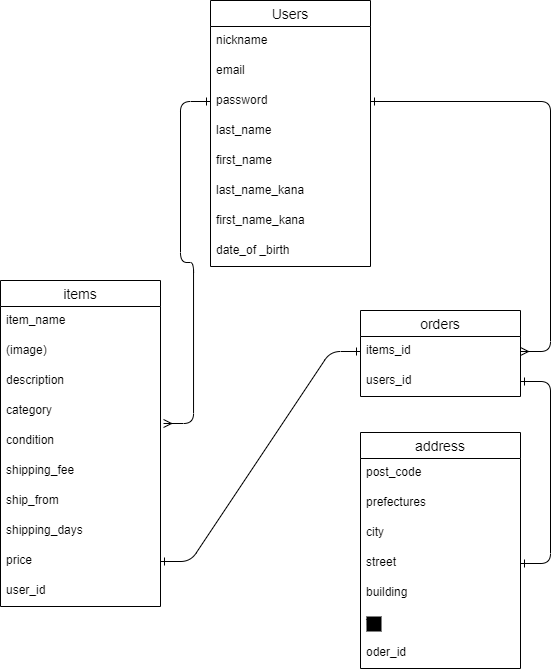
Earlier version of the draw.io export tables.png (Natsuki002Koma/furima-40056). Source tidied: cells renumbered, new cells last; positions are measured from the earlier drawing's top-left corner, leaving out a move shared by most shapes.
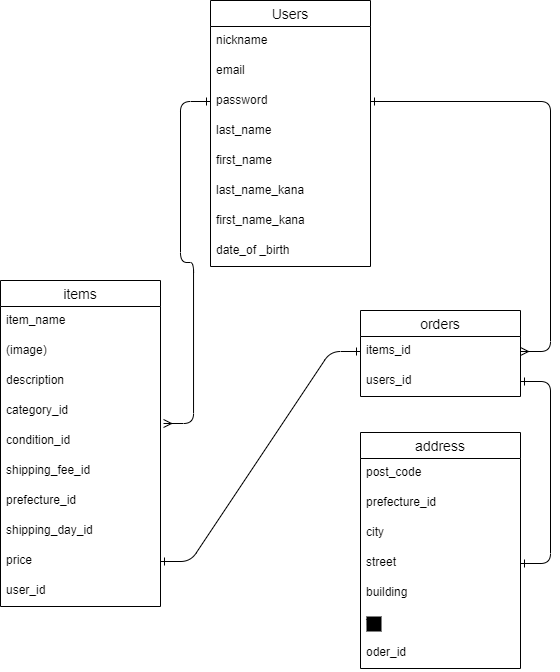
After the commit.

Change to the diagram source:
```diff
@@ -41,19 +41,19 @@
     <mxCell id="14" value="description" style="text;strokeColor=none;fillColor=none;spacingLeft=4;spacingRight=4;overflow=hidden;fontSize=12;" parent="11" vertex="1">
       <mxGeometry y="86" width="160" height="30" as="geometry" />
     </mxCell>
-    <mxCell id="15" value="category" style="text;strokeColor=none;fillColor=none;spacingLeft=4;spacingRight=4;overflow=hidden;points=[[0,0.5],[1,0.5]];portConstraint=eastwest;fontSize=12;" parent="11" vertex="1">
+    <mxCell id="15" value="category_id" style="text;strokeColor=none;fillColor=none;spacingLeft=4;spacingRight=4;overflow=hidden;points=[[0,0.5],[1,0.5]];portConstraint=eastwest;fontSize=12;" parent="11" vertex="1">
       <mxGeometry y="116" width="160" height="30" as="geometry" />
     </mxCell>
-    <mxCell id="16" value="condition" style="text;strokeColor=none;fillColor=none;spacingLeft=4;spacingRight=4;overflow=hidden;fontSize=12;" parent="11" vertex="1">
+    <mxCell id="16" value="condition_id" style="text;strokeColor=none;fillColor=none;spacingLeft=4;spacingRight=4;overflow=hidden;fontSize=12;" parent="11" vertex="1">
       <mxGeometry y="146" width="160" height="30" as="geometry" />
     </mxCell>
-    <mxCell id="17" value="shipping_fee" style="text;strokeColor=none;fillColor=none;spacingLeft=4;spacingRight=4;overflow=hidden;fontSize=12;" parent="11" vertex="1">
+    <mxCell id="17" value="shipping_fee_id" style="text;strokeColor=none;fillColor=none;spacingLeft=4;spacingRight=4;overflow=hidden;fontSize=12;" parent="11" vertex="1">
       <mxGeometry y="176" width="160" height="30" as="geometry" />
     </mxCell>
-    <mxCell id="18" value="ship_from" style="text;strokeColor=none;fillColor=none;spacingLeft=4;spacingRight=4;overflow=hidden;fontSize=12;" parent="11" vertex="1">
+    <mxCell id="18" value="prefecture_id" style="text;strokeColor=none;fillColor=none;spacingLeft=4;spacingRight=4;overflow=hidden;fontSize=12;" parent="11" vertex="1">
       <mxGeometry y="206" width="160" height="30" as="geometry" />
     </mxCell>
-    <mxCell id="19" value="shipping_days" style="text;strokeColor=none;fillColor=none;spacingLeft=4;spacingRight=4;overflow=hidden;fontSize=12;" parent="11" vertex="1">
+    <mxCell id="19" value="shipping_day_id" style="text;strokeColor=none;fillColor=none;spacingLeft=4;spacingRight=4;overflow=hidden;fontSize=12;" parent="11" vertex="1">
       <mxGeometry y="236" width="160" height="30" as="geometry" />
     </mxCell>
     <mxCell id="20" value="price" style="text;strokeColor=none;fillColor=none;spacingLeft=4;spacingRight=4;overflow=hidden;points=[[0,0.5],[1,0.5]];portConstraint=eastwest;fontSize=12;" parent="11" vertex="1">
@@ -83,7 +83,7 @@
     <mxCell id="28" value="post_code" style="text;strokeColor=none;fillColor=none;spacingLeft=4;spacingRight=4;overflow=hidden;fontSize=12;" parent="27" vertex="1">
       <mxGeometry y="26" width="160" height="30" as="geometry" />
     </mxCell>
-    <mxCell id="29" value="prefectures" style="text;strokeColor=none;fillColor=none;spacingLeft=4;spacingRight=4;overflow=hidden;fontSize=12;" parent="27" vertex="1">
+    <mxCell id="29" value="prefecture_id" style="text;strokeColor=none;fillColor=none;spacingLeft=4;spacingRight=4;overflow=hidden;fontSize=12;" parent="27" vertex="1">
       <mxGeometry y="56" width="160" height="30" as="geometry" />
     </mxCell>
     <mxCell id="30" value="city" style="text;strokeColor=none;fillColor=none;spacingLeft=4;spacingRight=4;overflow=hidden;fontSize=12;" parent="27" vertex="1">
```
